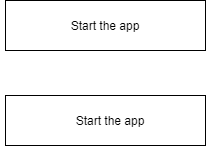
This is flowchart.png from livinhigh/Event-Registration, a draw.io export, as it was before one commit. Source tidied: cells renumbered, new cells last; positions are measured from the earlier drawing's top-left corner, leaving out a move shared by most shapes. Its diagram source:
```xml
<mxGraphModel>
  <root>
    <mxCell id="0" />
    <mxCell id="1" parent="0" />
    <mxCell id="2" style="rounded=0;whiteSpace=wrap;html=1;" parent="1" vertex="1">
      <mxGeometry x="5" width="200" height="50" as="geometry" />
    </mxCell>
    <mxCell id="3" value="Start the app" style="text;html=1;strokeColor=none;fillColor=none;align=center;verticalAlign=middle;whiteSpace=wrap;rounded=0;" parent="1" vertex="1">
      <mxGeometry y="15" width="210" height="20" as="geometry" />
    </mxCell>
    <mxCell id="4" style="rounded=0;whiteSpace=wrap;html=1;" parent="1" vertex="1">
      <mxGeometry x="5" y="95" width="200" height="50" as="geometry" />
    </mxCell>
    <mxCell id="5" value="Start the app" style="text;html=1;strokeColor=none;fillColor=none;align=center;verticalAlign=middle;whiteSpace=wrap;rounded=0;" parent="1" vertex="1">
      <mxGeometry x="5" y="110" width="210" height="20" as="geometry" />
    </mxCell>
  </root>
</mxGraphModel>
```
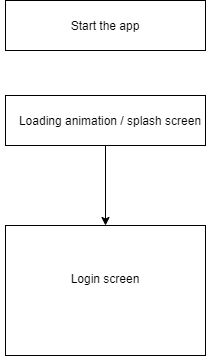
Above is the later version.

What changed in the source:
```diff
@@ -8,11 +8,20 @@
     <mxCell id="3" value="Start the app" style="text;html=1;strokeColor=none;fillColor=none;align=center;verticalAlign=middle;whiteSpace=wrap;rounded=0;" parent="1" vertex="1">
       <mxGeometry y="15" width="210" height="20" as="geometry" />
     </mxCell>
+    <mxCell id="6" style="edgeStyle=orthogonalEdgeStyle;rounded=0;jettySize=auto;html=1;" parent="1" edge="1" source="4" target="7">
+      <mxGeometry relative="1" as="geometry" />
+    </mxCell>
     <mxCell id="4" style="rounded=0;whiteSpace=wrap;html=1;" parent="1" vertex="1">
       <mxGeometry x="5" y="95" width="200" height="50" as="geometry" />
     </mxCell>
+    <mxCell id="7" style="rounded=0;whiteSpace=wrap;html=1;" parent="1" vertex="1">
+      <mxGeometry x="5" y="225" width="200" height="130" as="geometry" />
+    </mxCell>
-    <mxCell id="5" value="Start the app" style="text;html=1;strokeColor=none;fillColor=none;align=center;verticalAlign=middle;whiteSpace=wrap;rounded=0;" parent="1" vertex="1">
+    <mxCell id="5" value="Loading animation / splash screen" style="text;html=1;strokeColor=none;fillColor=none;align=center;verticalAlign=middle;whiteSpace=wrap;rounded=0;" parent="1" vertex="1">
       <mxGeometry x="5" y="110" width="210" height="20" as="geometry" />
     </mxCell>
+    <mxCell id="8" value="Login screen&lt;br&gt;&lt;br&gt;" style="text;html=1;strokeColor=none;fillColor=none;align=center;verticalAlign=middle;whiteSpace=wrap;rounded=0;" parent="1" vertex="1">
+      <mxGeometry y="275" width="210" height="20" as="geometry" />
+    </mxCell>
   </root>
 </mxGraphModel>
```
